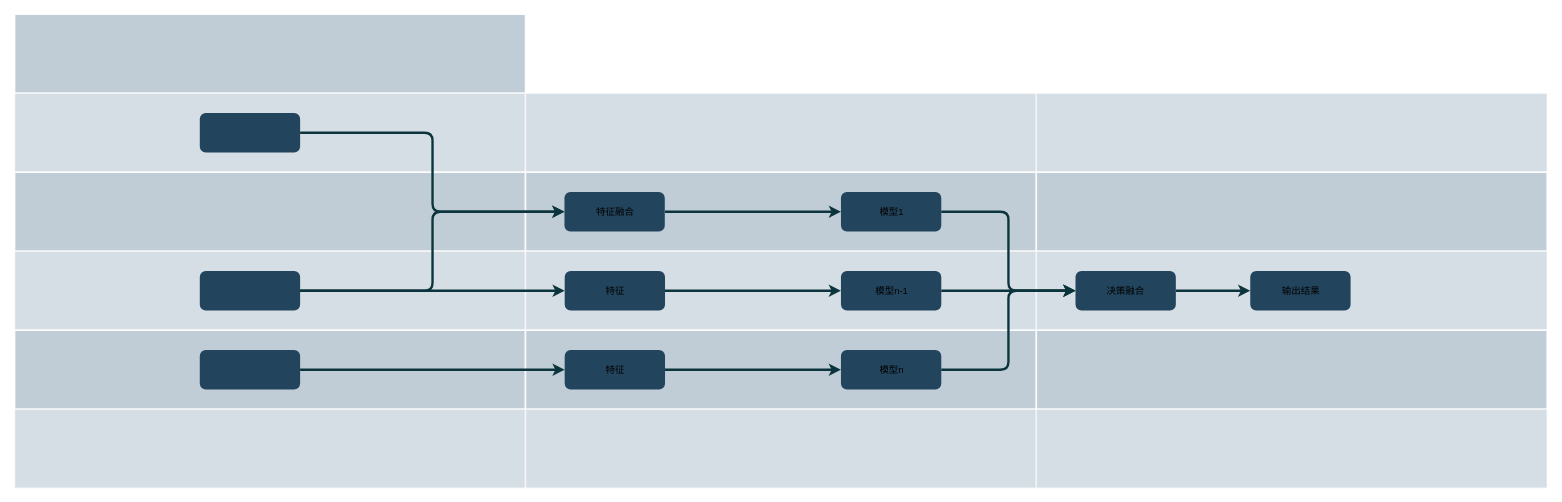
Before: 多模态.drawio in YuanFeis/drowio, a draw.io diagram. Source tidied: cells renumbered, new cells numbered last; positions are measured from the earlier drawing's top-left corner, leaving out a move shared by most shapes. Both pictures are drawn from the tidied source at 79%, with x=0, y=0 at pixel (14, 13).
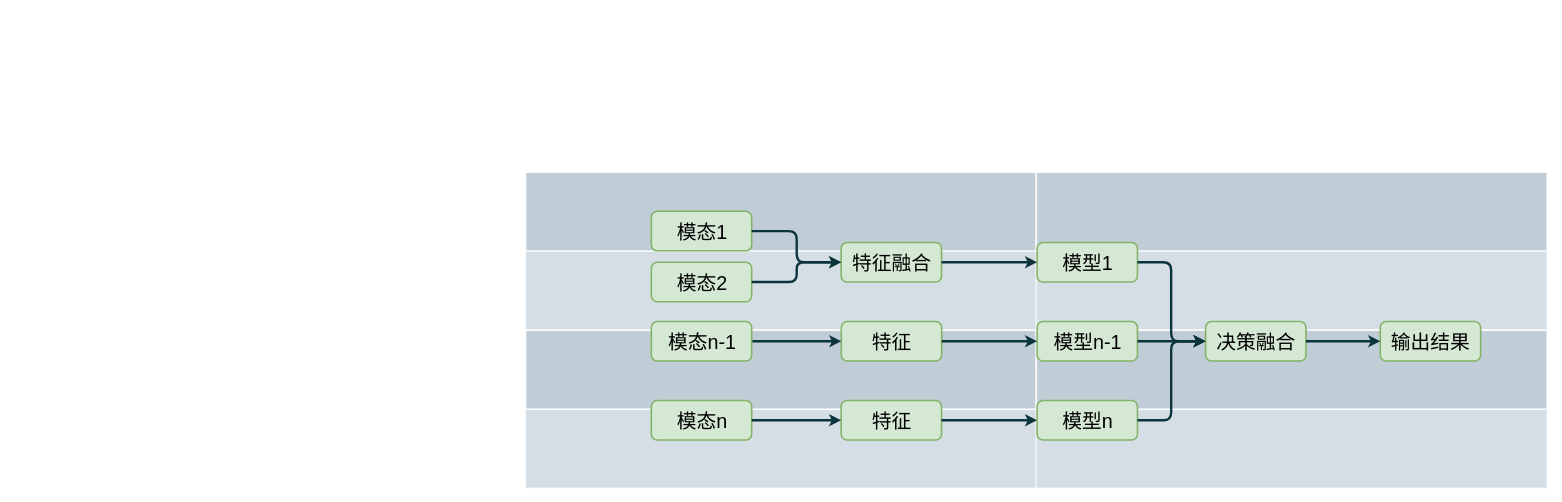
Above is the later version.

Commit message (it also covers changes not shown here):
更新多模态.drawio

Change to the diagram source:
```diff
@@
-    <mxCell id="2" style="strokeColor=#FFFFFF;fillColor=#BAC8D3;fontSize=18;strokeWidth=2;fontFamily=Helvetica;html=1;opacity=90;" parent="1" vertex="1">
-      <mxGeometry y="0.5" width="646.7" height="100" as="geometry" />
-    </mxCell>
-    <mxCell id="3" style="strokeColor=#FFFFFF;fillColor=#BAC8D3;fontSize=18;strokeWidth=2;fontFamily=Helvetica;html=1;opacity=60;" parent="1" vertex="1">
-      <mxGeometry y="100.5" width="646.7" height="100" as="geometry" />
-    </mxCell>
-    <mxCell id="4" style="strokeColor=#FFFFFF;fillColor=#BAC8D3;fontSize=18;strokeWidth=2;fontFamily=Helvetica;html=1;opacity=90;" parent="1" vertex="1">
-      <mxGeometry y="200.5" width="646.7" height="100" as="geometry" />
-    </mxCell>
-    <mxCell id="5" style="strokeColor=#FFFFFF;fillColor=#BAC8D3;fontSize=18;strokeWidth=2;fontFamily=Helvetica;html=1;opacity=60;" parent="1" vertex="1">
-      <mxGeometry y="300.5" width="646.7" height="100" as="geometry" />
-    </mxCell>
-    <mxCell id="6" style="strokeColor=#FFFFFF;fillColor=#BAC8D3;fontSize=18;strokeWidth=2;fontFamily=Helvetica;html=1;opacity=90;" parent="1" vertex="1">
-      <mxGeometry y="400.5" width="646.7" height="100" as="geometry" />
-    </mxCell>
-    <mxCell id="7" style="strokeColor=#FFFFFF;fillColor=#BAC8D3;fontSize=18;strokeWidth=2;fontFamily=Helvetica;html=1;opacity=60;" parent="1" vertex="1">
-      <mxGeometry y="500.5" width="646.7" height="100" as="geometry" />
-    </mxCell>
-    <mxCell id="8" style="strokeColor=#FFFFFF;fillColor=#BAC8D3;fontSize=18;strokeWidth=2;fontFamily=Helvetica;html=1;opacity=60;" parent="1" vertex="1">
-      <mxGeometry x="646.7" y="100.5" width="646.7" height="100" as="geometry" />
-    </mxCell>
+    <mxCell id="40" style="strokeColor=#FFFFFF;fillColor=#BAC8D3;fontSize=25;strokeWidth=2;fontFamily=Helvetica;html=1;opacity=60;" parent="1" vertex="1">
+      <mxGeometry x="646.7" y="500.5" width="646.7" height="100" as="geometry" />
+    </mxCell>
+    <mxCell id="41" style="strokeColor=#FFFFFF;fillColor=#BAC8D3;fontSize=25;strokeWidth=2;fontFamily=Helvetica;html=1;opacity=60;" parent="1" vertex="1">
+      <mxGeometry x="1293.3" y="500.5" width="646.7" height="100" as="geometry" />
+    </mxCell>
-    <mxCell id="9" style="strokeColor=#FFFFFF;fillColor=#BAC8D3;fontSize=18;strokeWidth=2;fontFamily=Helvetica;html=1;opacity=90;" parent="1" vertex="1">
+    <mxCell id="9" style="strokeColor=#FFFFFF;fillColor=#BAC8D3;fontSize=25;strokeWidth=2;fontFamily=Helvetica;html=1;opacity=90;" parent="1" vertex="1">
       <mxGeometry x="646.7" y="200.5" width="646.7" height="100" as="geometry" />
     </mxCell>
-    <mxCell id="10" style="strokeColor=#FFFFFF;fillColor=#BAC8D3;fontSize=18;strokeWidth=2;fontFamily=Helvetica;html=1;opacity=60;" parent="1" vertex="1">
+    <mxCell id="10" style="strokeColor=#FFFFFF;fillColor=#BAC8D3;fontSize=25;strokeWidth=2;fontFamily=Helvetica;html=1;opacity=60;" parent="1" vertex="1">
       <mxGeometry x="646.7" y="300.5" width="646.7" height="100" as="geometry" />
     </mxCell>
-    <mxCell id="11" style="strokeColor=#FFFFFF;fillColor=#BAC8D3;fontSize=18;strokeWidth=2;fontFamily=Helvetica;html=1;opacity=90;" parent="1" vertex="1">
+    <mxCell id="11" style="strokeColor=#FFFFFF;fillColor=#BAC8D3;fontSize=25;strokeWidth=2;fontFamily=Helvetica;html=1;opacity=90;" parent="1" vertex="1">
       <mxGeometry x="646.7" y="400.5" width="646.7" height="100" as="geometry" />
     </mxCell>
-    <mxCell id="12" style="strokeColor=#FFFFFF;fillColor=#BAC8D3;fontSize=18;strokeWidth=2;fontFamily=Helvetica;html=1;opacity=60;fontStyle=4;" parent="1" vertex="1">
-      <mxGeometry x="646.7" y="500.5" width="646.7" height="100" as="geometry" />
-    </mxCell>
-    <mxCell id="13" style="strokeColor=#FFFFFF;fillColor=#BAC8D3;fontSize=18;strokeWidth=2;fontFamily=Helvetica;html=1;opacity=60;" parent="1" vertex="1">
-      <mxGeometry x="1293.3" y="100.5" width="646.7" height="100" as="geometry" />
-    </mxCell>
-    <mxCell id="14" style="strokeColor=#FFFFFF;fillColor=#BAC8D3;fontSize=18;strokeWidth=2;fontFamily=Helvetica;html=1;opacity=90;" parent="1" vertex="1">
+    <mxCell id="14" style="strokeColor=#FFFFFF;fillColor=#BAC8D3;fontSize=25;strokeWidth=2;fontFamily=Helvetica;html=1;opacity=90;" parent="1" vertex="1">
       <mxGeometry x="1293.3" y="200.5" width="646.7" height="100" as="geometry" />
     </mxCell>
-    <mxCell id="15" style="strokeColor=#FFFFFF;fillColor=#BAC8D3;fontSize=18;strokeWidth=2;fontFamily=Helvetica;html=1;opacity=60;" parent="1" vertex="1">
+    <mxCell id="15" style="strokeColor=#FFFFFF;fillColor=#BAC8D3;fontSize=25;strokeWidth=2;fontFamily=Helvetica;html=1;opacity=60;" parent="1" vertex="1">
       <mxGeometry x="1293.3" y="300.5" width="646.7" height="100" as="geometry" />
     </mxCell>
-    <mxCell id="16" style="strokeColor=#FFFFFF;fillColor=#BAC8D3;fontSize=18;strokeWidth=2;fontFamily=Helvetica;html=1;opacity=90;" parent="1" vertex="1">
+    <mxCell id="16" style="strokeColor=#FFFFFF;fillColor=#BAC8D3;fontSize=25;strokeWidth=2;fontFamily=Helvetica;html=1;opacity=90;" parent="1" vertex="1">
       <mxGeometry x="1293.3" y="400.5" width="646.7" height="100" as="geometry" />
     </mxCell>
-    <mxCell id="17" style="strokeColor=#FFFFFF;fillColor=#BAC8D3;fontSize=18;strokeWidth=2;fontFamily=Helvetica;html=1;opacity=60;fontStyle=4;" parent="1" vertex="1">
-      <mxGeometry x="1293.3" y="500.5" width="646.7" height="100" as="geometry" />
-    </mxCell>
-    <mxCell id="18" style="rounded=1;fillColor=#23445D;strokeColor=none;strokeWidth=2;fontFamily=Helvetica;html=1;gradientColor=none;" parent="1" vertex="1">
-      <mxGeometry x="234.4" y="125.5" width="127" height="50" as="geometry" />
+    <mxCell id="18" value="模态1" style="rounded=1;fillColor=#d5e8d4;strokeColor=#82b366;strokeWidth=2;fontFamily=Helvetica;html=1;fontSize=25;" parent="1" vertex="1">
+      <mxGeometry x="806" y="250" width="127" height="50" as="geometry" />
     </mxCell>
-    <mxCell id="19" value="特征融合" style="rounded=1;fillColor=#23445D;strokeColor=none;strokeWidth=2;fontFamily=Helvetica;html=1;gradientColor=none;" parent="1" vertex="1">
-      <mxGeometry x="696" y="225.5" width="127" height="50" as="geometry" />
+    <mxCell id="19" value="特征融合" style="rounded=1;fillColor=#d5e8d4;strokeColor=#82b366;strokeWidth=2;fontFamily=Helvetica;html=1;fontSize=25;" parent="1" vertex="1">
+      <mxGeometry x="1046.3" y="289.5" width="127" height="50" as="geometry" />
     </mxCell>
-    <mxCell id="20" value="特征" style="rounded=1;fillColor=#23445D;strokeColor=none;strokeWidth=2;fontFamily=Helvetica;html=1;gradientColor=none;" parent="1" vertex="1">
-      <mxGeometry x="696.3" y="325.5" width="127" height="50" as="geometry" />
+    <mxCell id="20" value="特征" style="rounded=1;fillColor=#d5e8d4;strokeColor=#82b366;strokeWidth=2;fontFamily=Helvetica;html=1;fontSize=25;" parent="1" vertex="1">
+      <mxGeometry x="1046.5" y="389.5" width="127" height="50" as="geometry" />
     </mxCell>
-    <mxCell id="21" style="rounded=1;fillColor=#23445D;strokeColor=none;strokeWidth=2;fontFamily=Helvetica;html=1;gradientColor=none;" parent="1" vertex="1">
-      <mxGeometry x="234.4" y="425.5" width="127" height="50" as="geometry" />
+    <mxCell id="21" value="模态n" style="rounded=1;fillColor=#d5e8d4;strokeColor=#82b366;strokeWidth=2;fontFamily=Helvetica;html=1;fontSize=25;" parent="1" vertex="1">
+      <mxGeometry x="806" y="489.5" width="127" height="50" as="geometry" />
     </mxCell>
-    <mxCell id="22" style="rounded=1;fillColor=#23445D;strokeColor=none;strokeWidth=2;fontFamily=Helvetica;html=1;gradientColor=none;" parent="1" vertex="1">
-      <mxGeometry x="234.4" y="325.5" width="127" height="50" as="geometry" />
+    <mxCell id="22" value="模态2" style="rounded=1;fillColor=#d5e8d4;strokeColor=#82b366;strokeWidth=2;fontFamily=Helvetica;html=1;fontSize=25;" parent="1" vertex="1">
+      <mxGeometry x="806" y="314.5" width="127" height="50" as="geometry" />
     </mxCell>
-    <mxCell id="23" value="模型1" style="rounded=1;fillColor=#23445D;strokeColor=none;strokeWidth=2;fontFamily=Helvetica;html=1;gradientColor=none;" parent="1" vertex="1">
-      <mxGeometry x="1046" y="225.5" width="127" height="50" as="geometry" />
+    <mxCell id="23" value="模型1" style="rounded=1;fillColor=#d5e8d4;strokeColor=#82b366;strokeWidth=2;fontFamily=Helvetica;html=1;fontSize=25;" parent="1" vertex="1">
+      <mxGeometry x="1294.3" y="289.5" width="127" height="50" as="geometry" />
     </mxCell>
-    <mxCell id="24" value="模型n" style="rounded=1;fillColor=#23445D;strokeColor=none;strokeWidth=2;fontFamily=Helvetica;html=1;gradientColor=none;" parent="1" vertex="1">
-      <mxGeometry x="1046" y="425.5" width="127" height="50" as="geometry" />
+    <mxCell id="24" value="模型n" style="rounded=1;fillColor=#d5e8d4;strokeColor=#82b366;strokeWidth=2;fontFamily=Helvetica;html=1;fontSize=25;" parent="1" vertex="1">
+      <mxGeometry x="1294.3" y="489.5" width="127" height="50" as="geometry" />
     </mxCell>
-    <mxCell id="25" value="特征" style="rounded=1;fillColor=#23445D;strokeColor=none;strokeWidth=2;fontFamily=Helvetica;html=1;gradientColor=none;" parent="1" vertex="1">
-      <mxGeometry x="696.3" y="425.5" width="127" height="50" as="geometry" />
+    <mxCell id="25" value="特征" style="rounded=1;fillColor=#d5e8d4;strokeColor=#82b366;strokeWidth=2;fontFamily=Helvetica;html=1;fontSize=25;" parent="1" vertex="1">
+      <mxGeometry x="1046.3" y="489.5" width="127" height="50" as="geometry" />
     </mxCell>
-    <mxCell id="26" value="模型n-1" style="rounded=1;fillColor=#23445D;strokeColor=none;strokeWidth=2;fontFamily=Helvetica;html=1;gradientColor=none;" parent="1" vertex="1">
-      <mxGeometry x="1046" y="325.5" width="127" height="50" as="geometry" />
+    <mxCell id="26" value="模型n-1" style="rounded=1;fillColor=#d5e8d4;strokeColor=#82b366;strokeWidth=2;fontFamily=Helvetica;html=1;fontSize=25;" parent="1" vertex="1">
+      <mxGeometry x="1294.3" y="389.5" width="127" height="50" as="geometry" />
     </mxCell>
-    <mxCell id="27" value="决策融合" style="rounded=1;fillColor=#23445D;strokeColor=none;strokeWidth=2;gradientColor=none;fontFamily=Helvetica;html=1;" parent="1" vertex="1">
-      <mxGeometry x="1342.9" y="325.5" width="127" height="50" as="geometry" />
+    <mxCell id="27" value="决策融合" style="rounded=1;fillColor=#d5e8d4;strokeColor=#82b366;strokeWidth=2;fontFamily=Helvetica;html=1;fontSize=25;" parent="1" vertex="1">
+      <mxGeometry x="1507.6" y="389.5" width="127" height="50" as="geometry" />
     </mxCell>
-    <mxCell id="28" value="输出结果" style="rounded=1;fillColor=#23445D;strokeColor=none;strokeWidth=2;gradientColor=none;fontFamily=Helvetica;html=1;" parent="1" vertex="1">
-      <mxGeometry x="1564.1" y="325.5" width="127" height="50" as="geometry" />
+    <mxCell id="28" value="输出结果" style="rounded=1;fillColor=#d5e8d4;strokeColor=#82b366;strokeWidth=2;fontFamily=Helvetica;html=1;fontSize=25;" parent="1" vertex="1">
+      <mxGeometry x="1728.7" y="389.5" width="127" height="50" as="geometry" />
     </mxCell>
-    <mxCell id="29" style="edgeStyle=elbowEdgeStyle;elbow=horizontal;strokeWidth=3;strokeColor=#0C343D;fontFamily=Helvetica;html=1;" parent="1" edge="1" source="18" target="19">
-      <mxGeometry x="6.4" y="830.5" as="geometry" />
-    </mxCell>
-    <mxCell id="30" style="edgeStyle=elbowEdgeStyle;elbow=horizontal;strokeWidth=3;strokeColor=#0C343D;fontFamily=Helvetica;html=1;" parent="1" edge="1" source="22" target="19">
-      <mxGeometry x="6.4" y="830.5" as="geometry" />
-    </mxCell>
-    <mxCell id="31" style="edgeStyle=elbowEdgeStyle;elbow=horizontal;strokeWidth=3;strokeColor=#0C343D;fontFamily=Helvetica;html=1;" parent="1" edge="1" source="22" target="20">
+    <mxCell id="31" style="edgeStyle=elbowEdgeStyle;elbow=horizontal;strokeWidth=3;strokeColor=#0C343D;fontFamily=Helvetica;html=1;exitX=1;exitY=0.5;exitDx=0;exitDy=0;fontSize=25;" parent="1" edge="1" source="42" target="20">
       <mxGeometry x="6.4" y="830.5" as="geometry" />
     </mxCell>
-    <mxCell id="32" style="edgeStyle=elbowEdgeStyle;elbow=horizontal;strokeWidth=3;strokeColor=#0C343D;fontFamily=Helvetica;html=1;" parent="1" edge="1" target="23">
-      <mxGeometry x="6.4" y="830.5" as="geometry">
-        <mxPoint x="823.3" y="250.5" as="sourcePoint" />
-      </mxGeometry>
+    <mxCell id="32" style="edgeStyle=elbowEdgeStyle;elbow=horizontal;strokeWidth=3;strokeColor=#0C343D;fontFamily=Helvetica;html=1;exitX=1;exitY=0.5;exitDx=0;exitDy=0;fontSize=25;" parent="1" edge="1" source="19" target="23">
+      <mxGeometry x="6.4" y="830.5" as="geometry" />
     </mxCell>
-    <mxCell id="33" style="edgeStyle=elbowEdgeStyle;elbow=horizontal;strokeWidth=3;strokeColor=#0C343D;fontFamily=Helvetica;html=1;exitX=1;exitY=0.5;exitDx=0;exitDy=0;" parent="1" edge="1" source="20" target="26">
+    <mxCell id="33" style="edgeStyle=elbowEdgeStyle;elbow=horizontal;strokeWidth=3;strokeColor=#0C343D;fontFamily=Helvetica;html=1;exitX=1;exitY=0.5;exitDx=0;exitDy=0;fontSize=25;" parent="1" edge="1" source="20" target="26">
       <mxGeometry x="6.4" y="830.5" as="geometry" />
     </mxCell>
-    <mxCell id="34" style="edgeStyle=elbowEdgeStyle;elbow=horizontal;strokeWidth=3;strokeColor=#0C343D;fontFamily=Helvetica;html=1;" parent="1" edge="1" source="25" target="24">
+    <mxCell id="34" style="edgeStyle=elbowEdgeStyle;elbow=horizontal;strokeWidth=3;strokeColor=#0C343D;fontFamily=Helvetica;html=1;fontSize=25;" parent="1" edge="1" source="25" target="24">
       <mxGeometry x="6.4" y="830.5" as="geometry" />
     </mxCell>
-    <mxCell id="35" style="edgeStyle=elbowEdgeStyle;elbow=horizontal;strokeWidth=3;strokeColor=#0C343D;fontFamily=Helvetica;html=1;" parent="1" edge="1" source="26" target="27">
+    <mxCell id="35" style="edgeStyle=elbowEdgeStyle;elbow=horizontal;strokeWidth=3;strokeColor=#0C343D;fontFamily=Helvetica;html=1;fontSize=25;" parent="1" edge="1" source="26" target="27">
       <mxGeometry x="6.4" y="830.5" as="geometry" />
     </mxCell>
-    <mxCell id="36" style="edgeStyle=elbowEdgeStyle;elbow=horizontal;strokeWidth=3;strokeColor=#0C343D;fontFamily=Helvetica;html=1;exitX=1;exitY=0.5;exitDx=0;exitDy=0;entryX=0;entryY=0.5;entryDx=0;entryDy=0;" parent="1" edge="1" source="24" target="27">
+    <mxCell id="36" style="edgeStyle=elbowEdgeStyle;elbow=horizontal;strokeWidth=3;strokeColor=#0C343D;fontFamily=Helvetica;html=1;exitX=1;exitY=0.5;exitDx=0;exitDy=0;entryX=0;entryY=0.5;entryDx=0;entryDy=0;fontSize=25;" parent="1" edge="1" source="24" target="27">
       <mxGeometry x="6.4" y="830.5" as="geometry" />
     </mxCell>
-    <mxCell id="37" style="edgeStyle=elbowEdgeStyle;elbow=horizontal;strokeWidth=3;strokeColor=#0C343D;fontFamily=Helvetica;html=1;" parent="1" edge="1" source="27" target="28">
+    <mxCell id="37" style="edgeStyle=elbowEdgeStyle;elbow=horizontal;strokeWidth=3;strokeColor=#0C343D;fontFamily=Helvetica;html=1;fontSize=25;" parent="1" edge="1" source="27" target="28">
       <mxGeometry x="6.4" y="830.5" as="geometry" />
     </mxCell>
-    <mxCell id="38" style="edgeStyle=elbowEdgeStyle;elbow=horizontal;strokeWidth=3;strokeColor=#0C343D;fontFamily=Helvetica;html=1;exitX=1;exitY=0.5;exitDx=0;exitDy=0;" parent="1" edge="1" source="23" target="27">
+    <mxCell id="38" style="edgeStyle=elbowEdgeStyle;elbow=horizontal;strokeWidth=3;strokeColor=#0C343D;fontFamily=Helvetica;html=1;exitX=1;exitY=0.5;exitDx=0;exitDy=0;fontSize=25;" parent="1" edge="1" source="23" target="27">
       <mxGeometry x="6.4" y="830.5" as="geometry" />
     </mxCell>
-    <mxCell id="39" style="edgeStyle=elbowEdgeStyle;elbow=horizontal;strokeWidth=3;strokeColor=#0C343D;fontFamily=Helvetica;html=1;exitX=1;exitY=0.5;exitDx=0;exitDy=0;entryX=0;entryY=0.5;entryDx=0;entryDy=0;" parent="1" edge="1" source="21" target="25">
+    <mxCell id="39" style="edgeStyle=elbowEdgeStyle;elbow=horizontal;strokeWidth=3;strokeColor=#0C343D;fontFamily=Helvetica;html=1;exitX=1;exitY=0.5;exitDx=0;exitDy=0;entryX=0;entryY=0.5;entryDx=0;entryDy=0;fontSize=25;" parent="1" edge="1" source="21" target="25">
       <mxGeometry x="16.4" y="840.5" as="geometry" />
     </mxCell>
+    <mxCell id="42" value="模态n-1" style="rounded=1;fillColor=#d5e8d4;strokeColor=#82b366;strokeWidth=2;fontFamily=Helvetica;html=1;fontSize=25;" parent="1" vertex="1">
+      <mxGeometry x="806" y="389.5" width="127" height="50" as="geometry" />
+    </mxCell>
+    <mxCell id="29" style="edgeStyle=elbowEdgeStyle;elbow=horizontal;strokeWidth=3;strokeColor=#0C343D;fontFamily=Helvetica;html=1;exitX=1;exitY=0.5;exitDx=0;exitDy=0;entryX=0;entryY=0.5;entryDx=0;entryDy=0;fontSize=25;" parent="1" edge="1" source="18" target="19">
+      <mxGeometry x="6.4" y="729.9" as="geometry" />
+    </mxCell>
+    <mxCell id="30" style="edgeStyle=elbowEdgeStyle;elbow=horizontal;strokeWidth=3;strokeColor=#0C343D;fontFamily=Helvetica;html=1;exitX=1;exitY=0.5;exitDx=0;exitDy=0;entryX=0;entryY=0.5;entryDx=0;entryDy=0;fontSize=25;" parent="1" edge="1" source="22" target="19">
+      <mxGeometry x="6.2" y="729.9" as="geometry" />
+    </mxCell>
```
